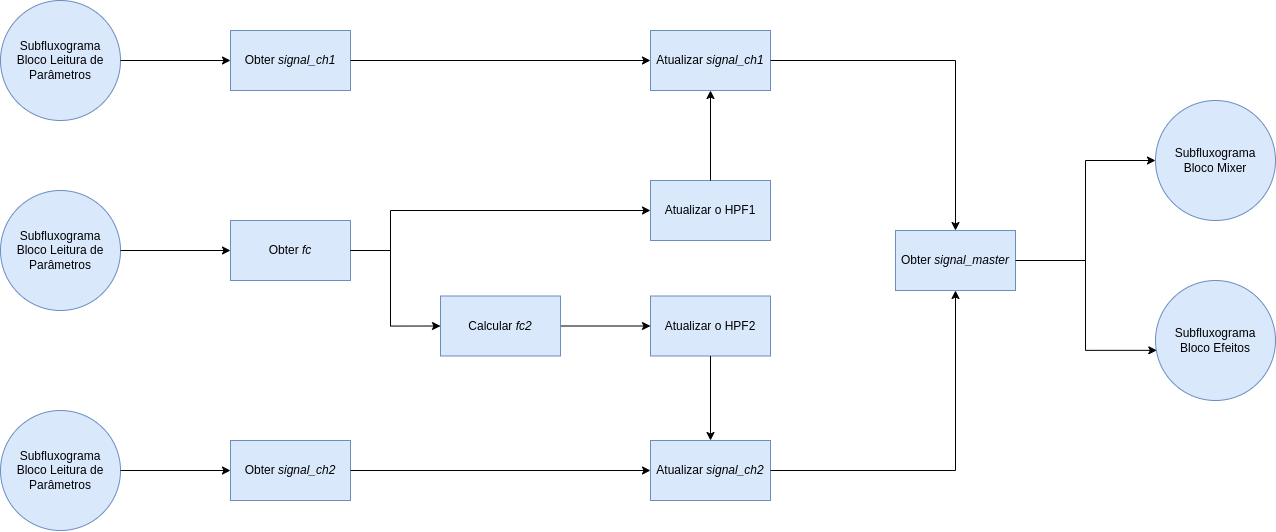
Above: graphs/fig55.drawio.png in joselitopradomarques/tcc (draw.io), before the change. Source tidied: cells renumbered, new cells last; positions are measured from the earlier drawing's top-left corner, leaving out a move shared by most shapes. The source it was exported from:
```xml
<mxGraphModel>
  <root>
    <mxCell id="0" />
    <mxCell id="1" parent="0" />
    <mxCell id="2" value="Subfluxograma&lt;br&gt;Bloco Leitura de Parâmetros" style="ellipse;whiteSpace=wrap;html=1;fillColor=#dae8fc;strokeColor=#6c8ebf;" parent="1" vertex="1">
      <mxGeometry y="190" width="120" height="120" as="geometry" />
    </mxCell>
    <mxCell id="3" value="Obter &lt;i&gt;fc&lt;/i&gt;" style="rounded=0;whiteSpace=wrap;html=1;fillColor=#dae8fc;strokeColor=#6c8ebf;" parent="1" vertex="1">
      <mxGeometry x="230" y="220" width="120" height="60" as="geometry" />
    </mxCell>
    <mxCell id="4" style="edgeStyle=orthogonalEdgeStyle;rounded=0;html=1;entryX=0;entryY=0.5;entryDx=0;entryDy=0;" parent="1" edge="1" source="2" target="3">
      <mxGeometry relative="1" as="geometry" />
    </mxCell>
    <mxCell id="5" value="Atualizar o HPF1" style="rounded=0;whiteSpace=wrap;html=1;fillColor=#dae8fc;strokeColor=#6c8ebf;" parent="1" vertex="1">
      <mxGeometry x="650" y="180" width="120" height="60" as="geometry" />
    </mxCell>
    <mxCell id="6" style="edgeStyle=orthogonalEdgeStyle;rounded=0;html=1;" parent="1" edge="1" source="3" target="5">
      <mxGeometry relative="1" as="geometry">
        <Array as="points">
          <mxPoint x="390" y="250" />
          <mxPoint x="390" y="210" />
        </Array>
      </mxGeometry>
    </mxCell>
    <mxCell id="7" value="Subfluxograma&lt;br&gt;Bloco Leitura de Parâmetros" style="ellipse;whiteSpace=wrap;html=1;fillColor=#dae8fc;strokeColor=#6c8ebf;" parent="1" vertex="1">
      <mxGeometry width="120" height="120" as="geometry" />
    </mxCell>
    <mxCell id="8" value="Obter &lt;i&gt;signal_ch1&lt;/i&gt;" style="rounded=0;whiteSpace=wrap;html=1;fillColor=#dae8fc;strokeColor=#6c8ebf;" parent="1" vertex="1">
      <mxGeometry x="230" y="30" width="120" height="60" as="geometry" />
    </mxCell>
    <mxCell id="9" style="edgeStyle=none;html=1;entryX=0;entryY=0.5;entryDx=0;entryDy=0;" parent="1" edge="1" source="7" target="8">
      <mxGeometry relative="1" as="geometry" />
    </mxCell>
    <mxCell id="10" value="Atualizar &lt;i&gt;signal_ch1&lt;/i&gt;" style="rounded=0;whiteSpace=wrap;html=1;fillColor=#dae8fc;strokeColor=#6c8ebf;" parent="1" vertex="1">
      <mxGeometry x="650" y="30" width="120" height="60" as="geometry" />
    </mxCell>
    <mxCell id="11" style="edgeStyle=orthogonalEdgeStyle;rounded=0;html=1;entryX=0.5;entryY=1;entryDx=0;entryDy=0;" parent="1" edge="1" source="5" target="10">
      <mxGeometry relative="1" as="geometry" />
    </mxCell>
    <mxCell id="12" style="edgeStyle=none;html=1;" parent="1" edge="1" source="8" target="10">
      <mxGeometry relative="1" as="geometry" />
    </mxCell>
    <mxCell id="13" value="Atualizar o HPF2" style="rounded=0;whiteSpace=wrap;html=1;fillColor=#dae8fc;strokeColor=#6c8ebf;" parent="1" vertex="1">
      <mxGeometry x="650" y="295.5" width="120" height="60" as="geometry" />
    </mxCell>
    <mxCell id="14" value="Subfluxograma&lt;br&gt;Bloco Leitura de Parâmetros" style="ellipse;whiteSpace=wrap;html=1;fillColor=#dae8fc;strokeColor=#6c8ebf;" parent="1" vertex="1">
      <mxGeometry y="410" width="120" height="120" as="geometry" />
    </mxCell>
    <mxCell id="15" value="Obter &lt;i&gt;signal_ch2&lt;/i&gt;" style="rounded=0;whiteSpace=wrap;html=1;fillColor=#dae8fc;strokeColor=#6c8ebf;" parent="1" vertex="1">
      <mxGeometry x="230" y="440" width="120" height="60" as="geometry" />
    </mxCell>
    <mxCell id="16" style="edgeStyle=orthogonalEdgeStyle;rounded=0;html=1;entryX=0;entryY=0.5;entryDx=0;entryDy=0;" parent="1" edge="1" source="14" target="15">
      <mxGeometry relative="1" as="geometry" />
    </mxCell>
    <mxCell id="17" value="Atualizar &lt;i&gt;signal_ch2&lt;/i&gt;" style="rounded=0;whiteSpace=wrap;html=1;fillColor=#dae8fc;strokeColor=#6c8ebf;" parent="1" vertex="1">
      <mxGeometry x="650" y="440" width="120" height="60" as="geometry" />
    </mxCell>
    <mxCell id="18" style="edgeStyle=orthogonalEdgeStyle;rounded=0;html=1;entryX=0.5;entryY=0;entryDx=0;entryDy=0;" parent="1" edge="1" source="13" target="17">
      <mxGeometry relative="1" as="geometry" />
    </mxCell>
    <mxCell id="19" style="edgeStyle=orthogonalEdgeStyle;rounded=0;html=1;" parent="1" edge="1" source="15" target="17">
      <mxGeometry relative="1" as="geometry" />
    </mxCell>
    <mxCell id="20" style="edgeStyle=orthogonalEdgeStyle;html=1;entryX=0.011;entryY=0.582;entryDx=0;entryDy=0;entryPerimeter=0;rounded=0;" parent="1" edge="1" source="21" target="29">
      <mxGeometry relative="1" as="geometry" />
    </mxCell>
    <mxCell id="21" value="Obter &lt;i&gt;signal_master&lt;/i&gt;" style="rounded=0;whiteSpace=wrap;html=1;fillColor=#dae8fc;strokeColor=#6c8ebf;" parent="1" vertex="1">
      <mxGeometry x="895" y="230" width="120" height="60" as="geometry" />
    </mxCell>
    <mxCell id="22" style="edgeStyle=orthogonalEdgeStyle;html=1;entryX=0.5;entryY=0;entryDx=0;entryDy=0;rounded=0;" parent="1" edge="1" source="10" target="21">
      <mxGeometry relative="1" as="geometry" />
    </mxCell>
    <mxCell id="23" style="edgeStyle=orthogonalEdgeStyle;rounded=0;html=1;entryX=0.5;entryY=1;entryDx=0;entryDy=0;" parent="1" edge="1" source="17" target="21">
      <mxGeometry relative="1" as="geometry" />
    </mxCell>
    <mxCell id="24" value="Subfluxograma&lt;br&gt;Bloco Mixer" style="ellipse;whiteSpace=wrap;html=1;fillColor=#dae8fc;strokeColor=#6c8ebf;" parent="1" vertex="1">
      <mxGeometry x="1155" y="100" width="120" height="120" as="geometry" />
    </mxCell>
    <mxCell id="25" style="edgeStyle=orthogonalEdgeStyle;rounded=0;html=1;entryX=0;entryY=0.5;entryDx=0;entryDy=0;" parent="1" edge="1" source="21" target="24">
      <mxGeometry relative="1" as="geometry" />
    </mxCell>
    <mxCell id="26" style="edgeStyle=orthogonalEdgeStyle;rounded=0;html=1;entryX=0;entryY=0.5;entryDx=0;entryDy=0;" parent="1" edge="1" source="27" target="13">
      <mxGeometry relative="1" as="geometry" />
    </mxCell>
    <mxCell id="27" value="Calcular &lt;i&gt;fc2&lt;/i&gt;" style="rounded=0;whiteSpace=wrap;html=1;fillColor=#dae8fc;strokeColor=#6c8ebf;" parent="1" vertex="1">
      <mxGeometry x="440" y="295.5" width="120" height="60" as="geometry" />
    </mxCell>
    <mxCell id="28" style="edgeStyle=orthogonalEdgeStyle;rounded=0;html=1;exitX=1;exitY=0.5;exitDx=0;exitDy=0;entryX=0;entryY=0.5;entryDx=0;entryDy=0;" parent="1" edge="1" source="3" target="27">
      <mxGeometry relative="1" as="geometry">
        <Array as="points">
          <mxPoint x="390" y="250" />
          <mxPoint x="390" y="326" />
        </Array>
      </mxGeometry>
    </mxCell>
    <mxCell id="29" value="Subfluxograma&lt;br&gt;Bloco Efeitos" style="ellipse;whiteSpace=wrap;html=1;fillColor=#dae8fc;strokeColor=#6c8ebf;" parent="1" vertex="1">
      <mxGeometry x="1155" y="280" width="120" height="120" as="geometry" />
    </mxCell>
  </root>
</mxGraphModel>
```
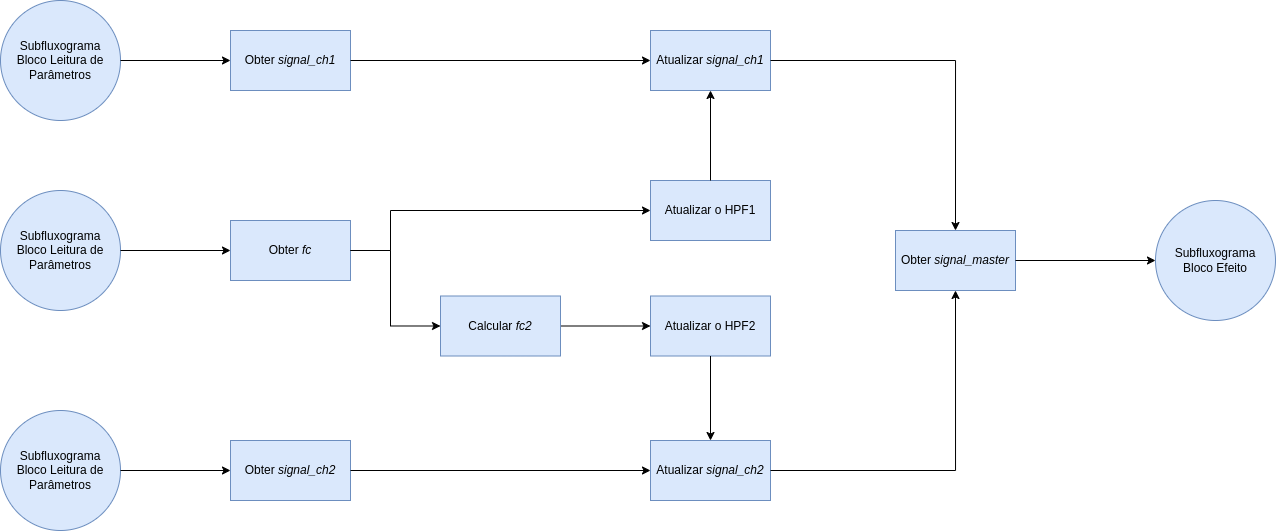
The same diagram one commit later.

The edit, as a diff of the source:
```diff
@@ -61,9 +61,6 @@
     <mxCell id="19" style="edgeStyle=orthogonalEdgeStyle;rounded=0;html=1;" parent="1" edge="1" source="15" target="17">
       <mxGeometry relative="1" as="geometry" />
     </mxCell>
-    <mxCell id="20" style="edgeStyle=orthogonalEdgeStyle;html=1;entryX=0.011;entryY=0.582;entryDx=0;entryDy=0;entryPerimeter=0;rounded=0;" parent="1" edge="1" source="21" target="29">
-      <mxGeometry relative="1" as="geometry" />
-    </mxCell>
     <mxCell id="21" value="Obter &lt;i&gt;signal_master&lt;/i&gt;" style="rounded=0;whiteSpace=wrap;html=1;fillColor=#dae8fc;strokeColor=#6c8ebf;" parent="1" vertex="1">
       <mxGeometry x="895" y="230" width="120" height="60" as="geometry" />
     </mxCell>
@@ -73,8 +70,8 @@
     <mxCell id="23" style="edgeStyle=orthogonalEdgeStyle;rounded=0;html=1;entryX=0.5;entryY=1;entryDx=0;entryDy=0;" parent="1" edge="1" source="17" target="21">
       <mxGeometry relative="1" as="geometry" />
     </mxCell>
-    <mxCell id="24" value="Subfluxograma&lt;br&gt;Bloco Mixer" style="ellipse;whiteSpace=wrap;html=1;fillColor=#dae8fc;strokeColor=#6c8ebf;" parent="1" vertex="1">
-      <mxGeometry x="1155" y="100" width="120" height="120" as="geometry" />
+    <mxCell id="24" value="Subfluxograma&lt;br&gt;Bloco Efeito" style="ellipse;whiteSpace=wrap;html=1;fillColor=#dae8fc;strokeColor=#6c8ebf;" parent="1" vertex="1">
+      <mxGeometry x="1155" y="200" width="120" height="120" as="geometry" />
     </mxCell>
     <mxCell id="25" style="edgeStyle=orthogonalEdgeStyle;rounded=0;html=1;entryX=0;entryY=0.5;entryDx=0;entryDy=0;" parent="1" edge="1" source="21" target="24">
       <mxGeometry relative="1" as="geometry" />
@@ -93,8 +90,5 @@
         </Array>
       </mxGeometry>
     </mxCell>
-    <mxCell id="29" value="Subfluxograma&lt;br&gt;Bloco Efeitos" style="ellipse;whiteSpace=wrap;html=1;fillColor=#dae8fc;strokeColor=#6c8ebf;" parent="1" vertex="1">
-      <mxGeometry x="1155" y="280" width="120" height="120" as="geometry" />
-    </mxCell>
   </root>
 </mxGraphModel>
```
